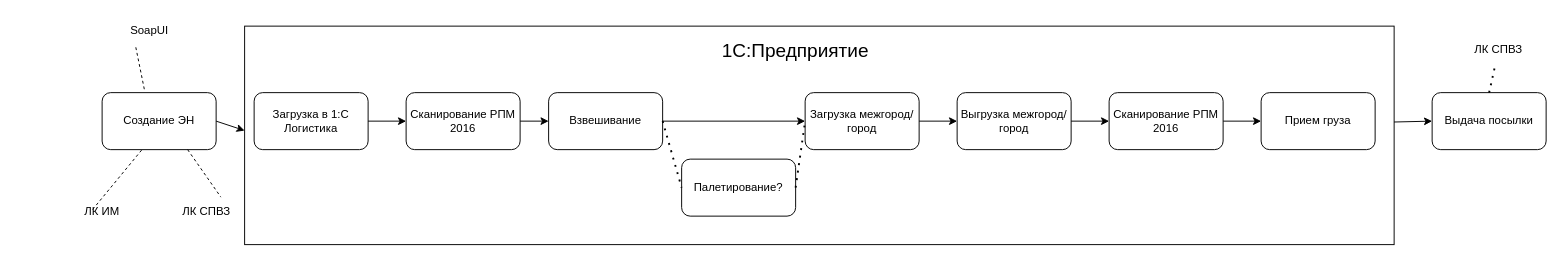
The draw.io diagram Диаграмма без названия.drawio in FoggyDisaster/BusinestAnalystDraw, before the edit. Source tidied: cells renumbered, new cells numbered last; positions are measured from the earlier drawing's top-left corner, leaving out a move shared by most shapes. Both pictures are drawn from the tidied source at 95%, with x=0, y=0 at pixel (73, 16).
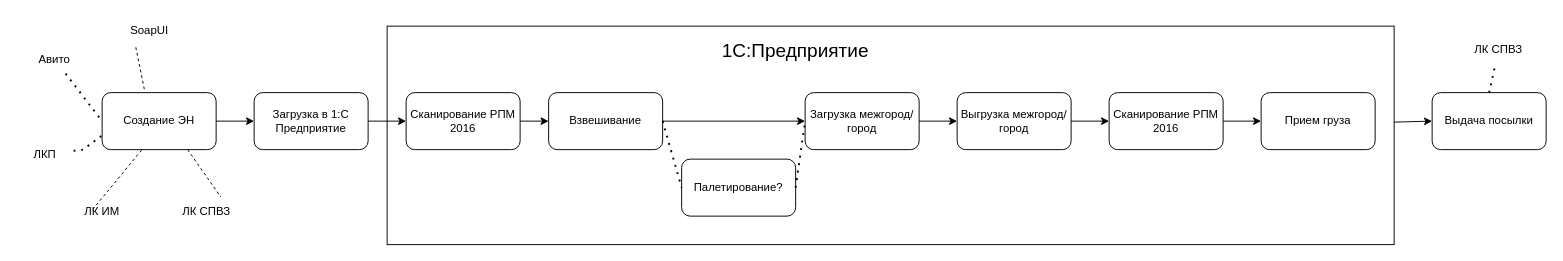
The same diagram, later.

The change refers to these unchanged cells:
```xml
<mxCell id="2" value="Создание ЭН" style="rounded=1;whiteSpace=wrap;html=1;" parent="1" vertex="1">
  <mxGeometry x="30" y="80" width="120" height="60" as="geometry" />
</mxCell>
```

What changed in the source:
```diff
@@
-    <mxCell id="6" value="Загрузка в 1:С Логистика" style="rounded=1;whiteSpace=wrap;html=1;" parent="1" vertex="1">
+    <mxCell id="6" value="Загрузка в 1:С Предприятие" style="rounded=1;whiteSpace=wrap;html=1;" parent="1" vertex="1">
       <mxGeometry x="190" y="80" width="120" height="60" as="geometry" />
     </mxCell>
@@
-    <mxCell id="16" style="endArrow=classic;html=1;rounded=0;exitX=1;exitY=0.5;exitDx=0;exitDy=0;entryX=0;entryY=0.478;entryDx=0;entryDy=0;entryPerimeter=0;" parent="1" edge="1" source="2" target="26">
+    <mxCell id="16" style="endArrow=classic;html=1;rounded=0;exitX=1;exitY=0.5;exitDx=0;exitDy=0;entryX=0;entryY=0.5;entryDx=0;entryDy=0;" parent="1" edge="1" source="2" target="6">
       <mxGeometry relative="1" as="geometry" />
     </mxCell>
@@
     <mxCell id="26" style="rounded=0;whiteSpace=wrap;html=1;fillColor=none;" parent="1" vertex="1">
-      <mxGeometry x="180" y="10" width="1210" height="230" as="geometry" />
+      <mxGeometry x="330" y="10" width="1060" height="230" as="geometry" />
     </mxCell>
@@
+    <mxCell id="32" value="ЛКП" style="text;html=1;align=center;verticalAlign=middle;whiteSpace=wrap;rounded=0;" parent="1" vertex="1">
+      <mxGeometry x="-60" y="130" width="60" height="30" as="geometry" />
+    </mxCell>
+    <mxCell id="33" value="Авито" style="text;html=1;align=center;verticalAlign=middle;whiteSpace=wrap;rounded=0;" parent="1" vertex="1">
+      <mxGeometry x="-50" y="30" width="60" height="30" as="geometry" />
+    </mxCell>
+    <mxCell id="34" style="endArrow=none;dashed=1;html=1;dashPattern=1 3;strokeWidth=2;rounded=0;entryX=0;entryY=0.5;entryDx=0;entryDy=0;" parent="1" edge="1" source="33" target="2">
+      <mxGeometry relative="1" as="geometry" />
+    </mxCell>
+    <mxCell id="35" style="endArrow=none;dashed=1;html=1;dashPattern=1 3;strokeWidth=2;rounded=0;entryX=0;entryY=0.75;entryDx=0;entryDy=0;" parent="1" edge="1" source="32" target="2">
+      <mxGeometry relative="1" as="geometry">
+        <Array as="points">
+          <mxPoint x="10" y="140" />
+        </Array>
+      </mxGeometry>
+    </mxCell>
```
